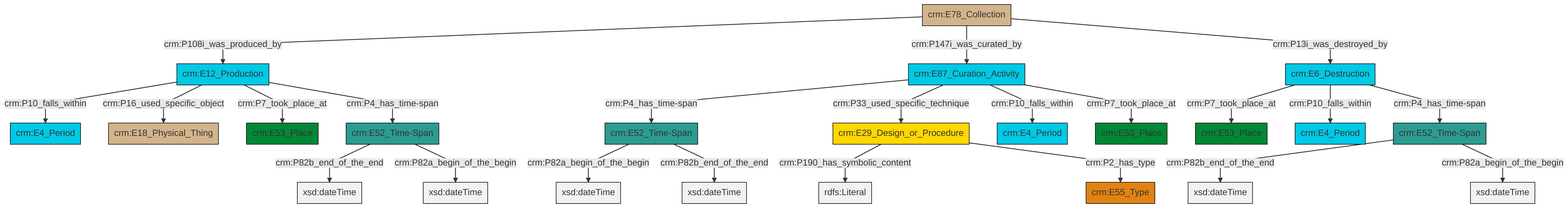
Earlier version of the Mermaid export et/archivalCSV/ttl/mmd/png/archival_existence.png (swiss-art-research-net/docs.swissartresearch). Its source is kept beside it as et/archivalCSV/ttl/mmd/archival_existence.ttl.mmd.
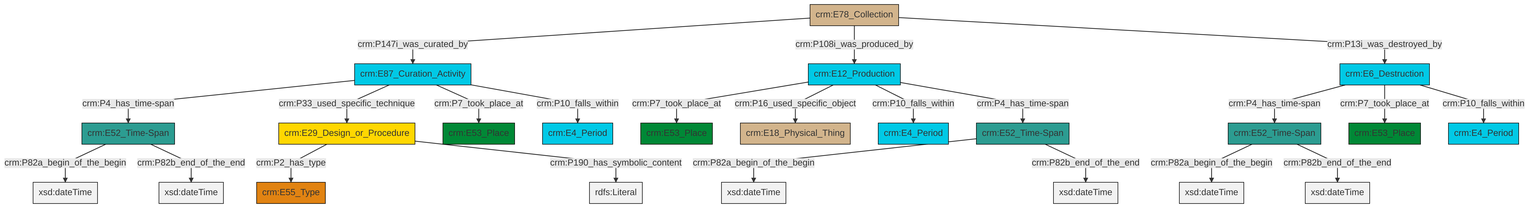
Later version of the same file.

Diff of the diagram source:
```diff
@@ -13,25 +13,25 @@
 classDef PC_Classes fill:#4ce600, stroke:#000000;
 classDef Multi fill:#cccccc,stroke:#000000;
 
-2["crm:E12_Production"]:::Temporal_Entity -->|crm:P10_falls_within| 3["crm:E4_Period"]:::Temporal_Entity
-4["crm:E6_Destruction"]:::Temporal_Entity -->|crm:P7_took_place_at| 5["crm:E53_Place"]:::Place
-6["crm:E52_Time-Span"]:::Time-Span -->|crm:P82b_end_of_the_end| 7[xsd:dateTime]:::Literal
-8["crm:E52_Time-Span"]:::Time-Span -->|crm:P82b_end_of_the_end| 9[xsd:dateTime]:::Literal
-16["crm:E78_Collection"]:::Physical_Thing -->|crm:P108i_was_produced_by| 2["crm:E12_Production"]:::Temporal_Entity
-6["crm:E52_Time-Span"]:::Time-Span -->|crm:P82a_begin_of_the_begin| 17[xsd:dateTime]:::Literal
-8["crm:E52_Time-Span"]:::Time-Span -->|crm:P82a_begin_of_the_begin| 18[xsd:dateTime]:::Literal
-2["crm:E12_Production"]:::Temporal_Entity -->|crm:P16_used_specific_object| 12["crm:E18_Physical_Thing"]:::Physical_Thing
-2["crm:E12_Production"]:::Temporal_Entity -->|crm:P7_took_place_at| 20["crm:E53_Place"]:::Place
-4["crm:E6_Destruction"]:::Temporal_Entity -->|crm:P10_falls_within| 23["crm:E4_Period"]:::Temporal_Entity
-24["crm:E52_Time-Span"]:::Time-Span -->|crm:P82a_begin_of_the_begin| 26[xsd:dateTime]:::Literal
-16["crm:E78_Collection"]:::Physical_Thing -->|crm:P147i_was_curated_by| 27["crm:E87_Curation_Activity"]:::Temporal_Entity
-24["crm:E52_Time-Span"]:::Time-Span -->|crm:P82b_end_of_the_end| 30[xsd:dateTime]:::Literal
-27["crm:E87_Curation_Activity"]:::Temporal_Entity -->|crm:P4_has_time-span| 24["crm:E52_Time-Span"]:::Time-Span
-14["crm:E29_Design_or_Procedure"]:::Conceptual_Object -->|crm:P190_has_symbolic_content| 31[rdfs:Literal]:::Literal
-16["crm:E78_Collection"]:::Physical_Thing -->|crm:P13i_was_destroyed_by| 4["crm:E6_Destruction"]:::Temporal_Entity
-27["crm:E87_Curation_Activity"]:::Temporal_Entity -->|crm:P33_used_specific_technique| 14["crm:E29_Design_or_Procedure"]:::Conceptual_Object
-2["crm:E12_Production"]:::Temporal_Entity -->|crm:P4_has_time-span| 6["crm:E52_Time-Span"]:::Time-Span
-4["crm:E6_Destruction"]:::Temporal_Entity -->|crm:P4_has_time-span| 8["crm:E52_Time-Span"]:::Time-Span
-27["crm:E87_Curation_Activity"]:::Temporal_Entity -->|crm:P10_falls_within| 0["crm:E4_Period"]:::Temporal_Entity
-14["crm:E29_Design_or_Procedure"]:::Conceptual_Object -->|crm:P2_has_type| 37["crm:E55_Type"]:::Type
-27["crm:E87_Curation_Activity"]:::Temporal_Entity -->|crm:P7_took_place_at| 10["crm:E53_Place"]:::Place
+2["crm:E52_Time-Span"]:::Time-Span -->|crm:P82a_begin_of_the_begin| 3[xsd:dateTime]:::Literal
+4["crm:E78_Collection"]:::Physical_Thing -->|crm:P147i_was_curated_by| 5["crm:E87_Curation_Activity"]:::Temporal_Entity
+5["crm:E87_Curation_Activity"]:::Temporal_Entity -->|crm:P4_has_time-span| 6["crm:E52_Time-Span"]:::Time-Span
+11["crm:E12_Production"]:::Temporal_Entity -->|crm:P7_took_place_at| 12["crm:E53_Place"]:::Place
+4["crm:E78_Collection"]:::Physical_Thing -->|crm:P108i_was_produced_by| 11["crm:E12_Production"]:::Temporal_Entity
+15["crm:E29_Design_or_Procedure"]:::Conceptual_Object -->|crm:P2_has_type| 16["crm:E55_Type"]:::Type
+9["crm:E52_Time-Span"]:::Time-Span -->|crm:P82a_begin_of_the_begin| 19[xsd:dateTime]:::Literal
+5["crm:E87_Curation_Activity"]:::Temporal_Entity -->|crm:P33_used_specific_technique| 15["crm:E29_Design_or_Procedure"]:::Conceptual_Object
+17["crm:E6_Destruction"]:::Temporal_Entity -->|crm:P4_has_time-span| 2["crm:E52_Time-Span"]:::Time-Span
+4["crm:E78_Collection"]:::Physical_Thing -->|crm:P13i_was_destroyed_by| 17["crm:E6_Destruction"]:::Temporal_Entity
+6["crm:E52_Time-Span"]:::Time-Span -->|crm:P82a_begin_of_the_begin| 23[xsd:dateTime]:::Literal
+5["crm:E87_Curation_Activity"]:::Temporal_Entity -->|crm:P7_took_place_at| 24["crm:E53_Place"]:::Place
+5["crm:E87_Curation_Activity"]:::Temporal_Entity -->|crm:P10_falls_within| 25["crm:E4_Period"]:::Temporal_Entity
+15["crm:E29_Design_or_Procedure"]:::Conceptual_Object -->|crm:P190_has_symbolic_content| 26[rdfs:Literal]:::Literal
+2["crm:E52_Time-Span"]:::Time-Span -->|crm:P82b_end_of_the_end| 27[xsd:dateTime]:::Literal
+11["crm:E12_Production"]:::Temporal_Entity -->|crm:P16_used_specific_object| 29["crm:E18_Physical_Thing"]:::Physical_Thing
+9["crm:E52_Time-Span"]:::Time-Span -->|crm:P82b_end_of_the_end| 33[xsd:dateTime]:::Literal
+11["crm:E12_Production"]:::Temporal_Entity -->|crm:P10_falls_within| 0["crm:E4_Period"]:::Temporal_Entity
+17["crm:E6_Destruction"]:::Temporal_Entity -->|crm:P7_took_place_at| 7["crm:E53_Place"]:::Place
+11["crm:E12_Production"]:::Temporal_Entity -->|crm:P4_has_time-span| 9["crm:E52_Time-Span"]:::Time-Span
+17["crm:E6_Destruction"]:::Temporal_Entity -->|crm:P10_falls_within| 36["crm:E4_Period"]:::Temporal_Entity
+6["crm:E52_Time-Span"]:::Time-Span -->|crm:P82b_end_of_the_end| 38[xsd:dateTime]:::Literal
```
